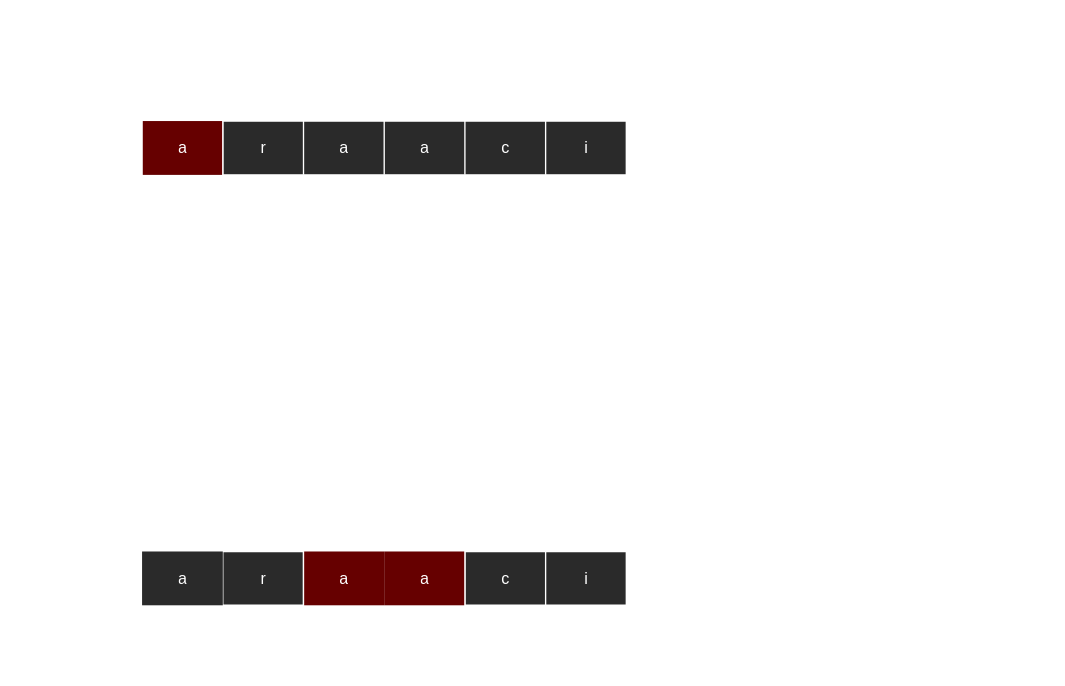
Above: 220 Grokking Patterns/Grokking Patterns/220.1 Sliding Window/Diagrams/220.1.4 Diagram.svg in MontoyaTM/Obsidian-SoftwareEngineering (draw.io), before the change. Source tidied: cells renumbered, new cells last; positions are measured from the earlier drawing's top-left corner, leaving out a move shared by most shapes.
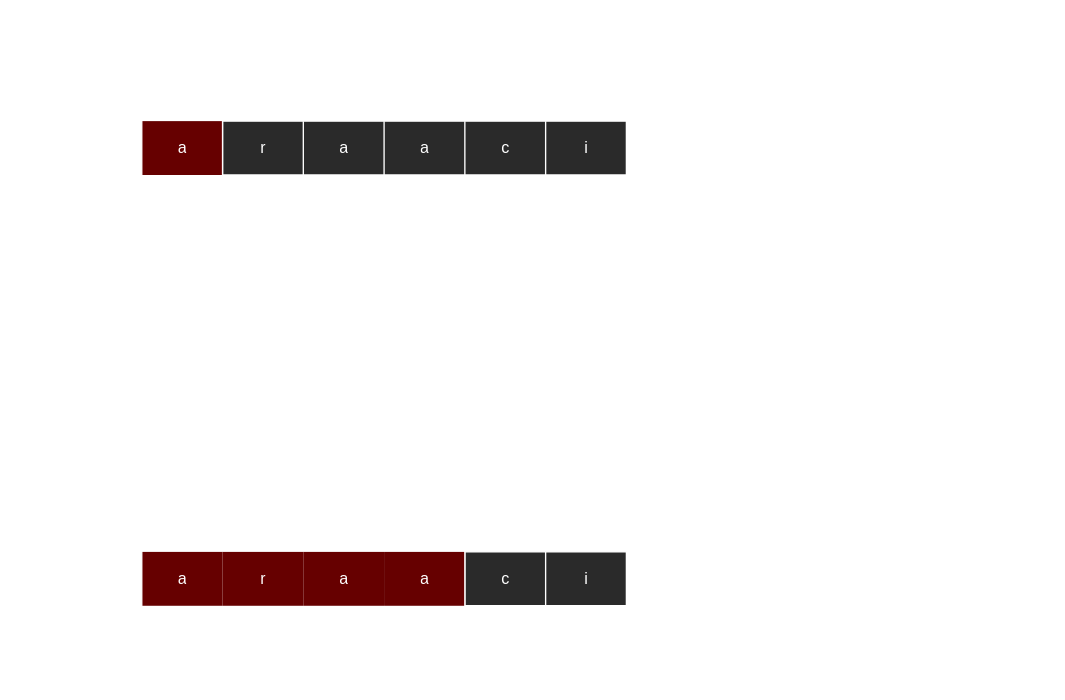
Above is the later version.

Change to the diagram source:
```diff
@@ -80,10 +80,10 @@
     <mxCell id="26" style="shape=tableRow;horizontal=0;startSize=0;swimlaneHead=0;swimlaneBody=0;strokeColor=inherit;top=0;left=0;bottom=0;right=0;fillColor=none;align=center;verticalAlign=middle;fontFamily=Helvetica;fontSize=12;fontColor=default;" parent="25" vertex="1">
       <mxGeometry width="360" height="40" as="geometry" />
     </mxCell>
-    <mxCell id="27" value="&lt;font color=&quot;#ffffff&quot;&gt;a&lt;/font&gt;" style="shape=partialRectangle;html=1;whiteSpace=wrap;strokeColor=inherit;overflow=hidden;fillColor=#2a2a2a;top=0;left=0;bottom=0;right=0;align=center;verticalAlign=middle;fontFamily=Helvetica;fontSize=12;fontColor=default;startSize=0;" parent="26" vertex="1">
+    <mxCell id="27" value="&lt;font color=&quot;#ffffff&quot;&gt;a&lt;/font&gt;" style="shape=partialRectangle;html=1;whiteSpace=wrap;strokeColor=inherit;overflow=hidden;fillColor=#660000;top=0;left=0;bottom=0;right=0;align=center;verticalAlign=middle;fontFamily=Helvetica;fontSize=12;fontColor=default;startSize=0;" parent="26" vertex="1">
       <mxGeometry width="60" height="40" as="geometry" />
     </mxCell>
-    <mxCell id="28" value="&lt;font color=&quot;#ffffff&quot;&gt;r&lt;/font&gt;" style="shape=partialRectangle;html=1;whiteSpace=wrap;strokeColor=inherit;overflow=hidden;fillColor=none;top=0;left=0;bottom=0;right=0;align=center;verticalAlign=middle;fontFamily=Helvetica;fontSize=12;fontColor=default;startSize=0;" parent="26" vertex="1">
+    <mxCell id="28" value="&lt;font color=&quot;#ffffff&quot;&gt;r&lt;/font&gt;" style="shape=partialRectangle;html=1;whiteSpace=wrap;strokeColor=inherit;overflow=hidden;fillColor=#660000;top=0;left=0;bottom=0;right=0;align=center;verticalAlign=middle;fontFamily=Helvetica;fontSize=12;fontColor=default;startSize=0;" parent="26" vertex="1">
       <mxGeometry x="60" width="60" height="40" as="geometry" />
     </mxCell>
     <mxCell id="29" value="&lt;font color=&quot;#ffffff&quot;&gt;a&lt;/font&gt;" style="shape=partialRectangle;html=1;whiteSpace=wrap;strokeColor=inherit;overflow=hidden;fillColor=#660000;top=0;left=0;bottom=0;right=0;align=center;verticalAlign=middle;fontFamily=Helvetica;fontSize=12;fontColor=default;startSize=0;" parent="26" vertex="1">
@@ -99,7 +99,7 @@
       <mxGeometry x="300" width="60" height="40" as="geometry" />
     </mxCell>
     <mxCell id="33" style="rounded=1;whiteSpace=wrap;html=1;fillColor=none;strokeColor=#FFFFFF;" parent="1" vertex="1">
-      <mxGeometry x="210" y="370" width="120" height="100" as="geometry" />
+      <mxGeometry x="90" y="370" width="240" height="100" as="geometry" />
     </mxCell>
     <mxCell id="34" value="&lt;font color=&quot;#ffffff&quot;&gt;0&lt;/font&gt;" style="text;html=1;align=center;verticalAlign=middle;strokeColor=none;fillColor=none;" parent="1" vertex="1">
       <mxGeometry x="90" y="370" width="30" height="30" as="geometry" />
@@ -135,12 +135,12 @@
       <mxGeometry x="280" y="330" width="30" height="30" as="geometry" />
     </mxCell>
     <mxCell id="45" value="&lt;font face=&quot;JetBrains Mono&quot; color=&quot;#ffffff&quot;&gt;j&lt;/font&gt;" style="text;html=1;align=center;verticalAlign=middle;strokeColor=none;fillColor=none;" parent="1" vertex="1">
-      <mxGeometry x="160" y="460" width="30" height="30" as="geometry" />
+      <mxGeometry x="105" y="470" width="30" height="30" as="geometry" />
     </mxCell>
     <mxCell id="46" value="&lt;font face=&quot;JetBrains Mono&quot; color=&quot;#ffffff&quot;&gt;Dictionary&amp;lt; char, int &amp;gt;&lt;/font&gt;" style="swimlane;fontStyle=0;horizontal=1;startSize=30;whiteSpace=wrap;html=1;align=center;verticalAlign=middle;fontFamily=Helvetica;fontSize=12;fontColor=default;fillColor=none;gradientColor=none;strokeColor=#FFFFFF;" parent="1" vertex="1">
       <mxGeometry x="490" y="360" width="270" height="120" as="geometry" />
     </mxCell>
-    <mxCell id="47" value="&lt;font face=&quot;JetBrains Mono&quot; color=&quot;#ffffff&quot;&gt;&lt;span style=&quot;white-space: pre;&quot;&gt;&#9;&lt;/span&gt;a&lt;span style=&quot;white-space: pre;&quot;&gt;&#9;&lt;/span&gt;&lt;span style=&quot;white-space: pre;&quot;&gt;&#9;&lt;/span&gt;2&lt;br&gt;&lt;/font&gt;" style="text;strokeColor=none;fillColor=none;align=left;verticalAlign=middle;spacingLeft=4;spacingRight=4;overflow=hidden;whiteSpace=wrap;html=1;fontSize=12;fontFamily=Helvetica;fontColor=default;" parent="46" vertex="1">
+    <mxCell id="47" value="&lt;font face=&quot;JetBrains Mono&quot; color=&quot;#ffffff&quot;&gt;&lt;span style=&quot;white-space: pre;&quot;&gt;&#9;&lt;/span&gt;a&lt;span style=&quot;white-space: pre;&quot;&gt;&#9;&lt;/span&gt;&lt;span style=&quot;white-space: pre;&quot;&gt;&#9;&lt;/span&gt;3&lt;br&gt;&lt;/font&gt;" style="text;strokeColor=none;fillColor=none;align=left;verticalAlign=middle;spacingLeft=4;spacingRight=4;overflow=hidden;whiteSpace=wrap;html=1;fontSize=12;fontFamily=Helvetica;fontColor=default;" parent="46" vertex="1">
       <mxGeometry y="30" width="270" height="30" as="geometry" />
     </mxCell>
     <mxCell id="48" style="endArrow=none;html=1;fontFamily=Helvetica;fontSize=12;fontColor=default;startSize=0;entryX=0.523;entryY=-0.003;entryDx=0;entryDy=0;entryPerimeter=0;strokeColor=#FFFFFF;exitX=0.504;exitY=0.954;exitDx=0;exitDy=0;exitPerimeter=0;" parent="46" edge="1" source="50">
```
